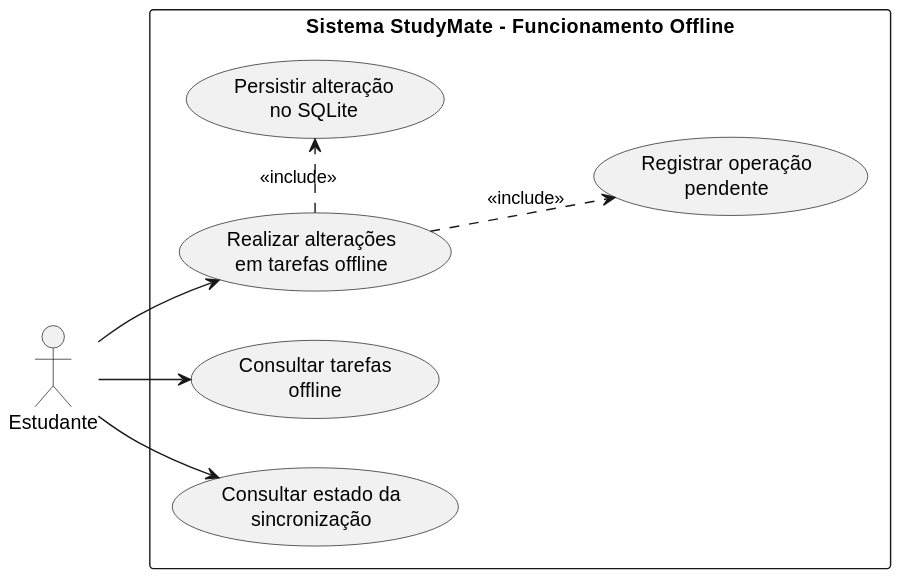
This is docs/use_case_diagram_offline.svg from StudyMate-TG/studymate-app, a PlantUML export, as it was before one commit.
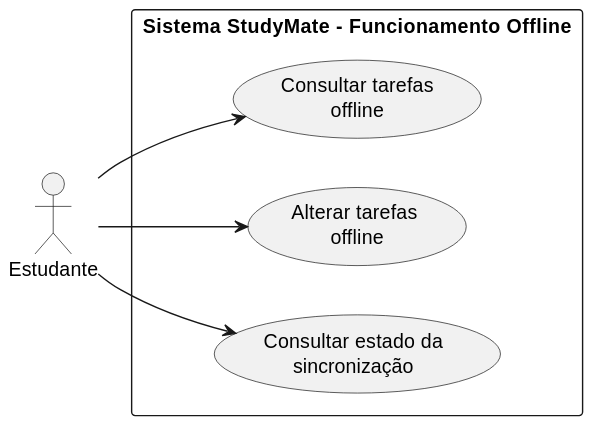
After the change.

Commit message:
docs: update offline use case diagram and EAS config

Change to the diagram source:
```diff
@@ -11,21 +11,13 @@
 
     usecase "Consultar tarefas\noffline" as UC16
 
-    usecase "Realizar alterações\nem tarefas offline" as UC17
-    usecase "Persistir alteração\nno SQLite" as UC17A
-    usecase "Registrar operação\npendente" as UC17B
+    usecase "Alterar tarefas \noffline" as UC17
 
     usecase "Consultar estado da\nsincronização" as UC19
-
-    UC17 -[hidden]right-> UC17A
-    UC17A -[hidden]down-> UC17B
 
 }
 
 Estudante --> UC16
 Estudante --> UC17
 Estudante --> UC19
-
-UC17 .> UC17A : <<include>>
-UC17 .> UC17B : <<include>>
 @enduml
```
